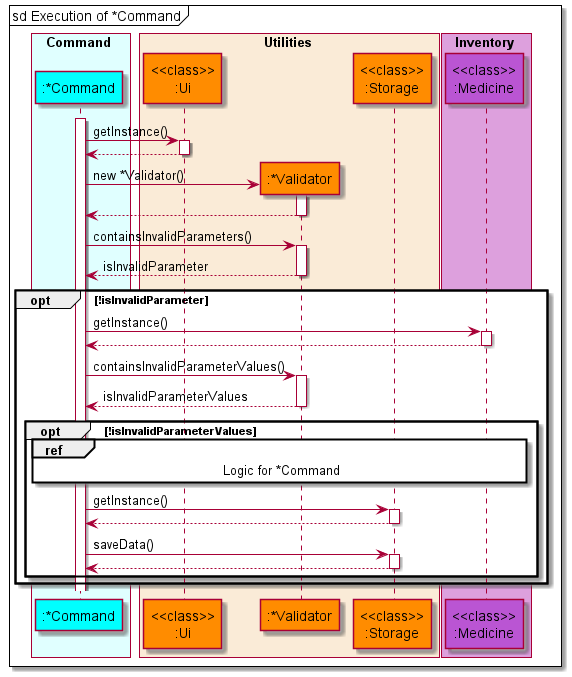
This is docs/diagrams/diagram_images/ContainValidParametersAndValuesSequenceDiagram.png from nus-cs2113-AY2122S1/tp, a PlantUML export, as it was before one commit.
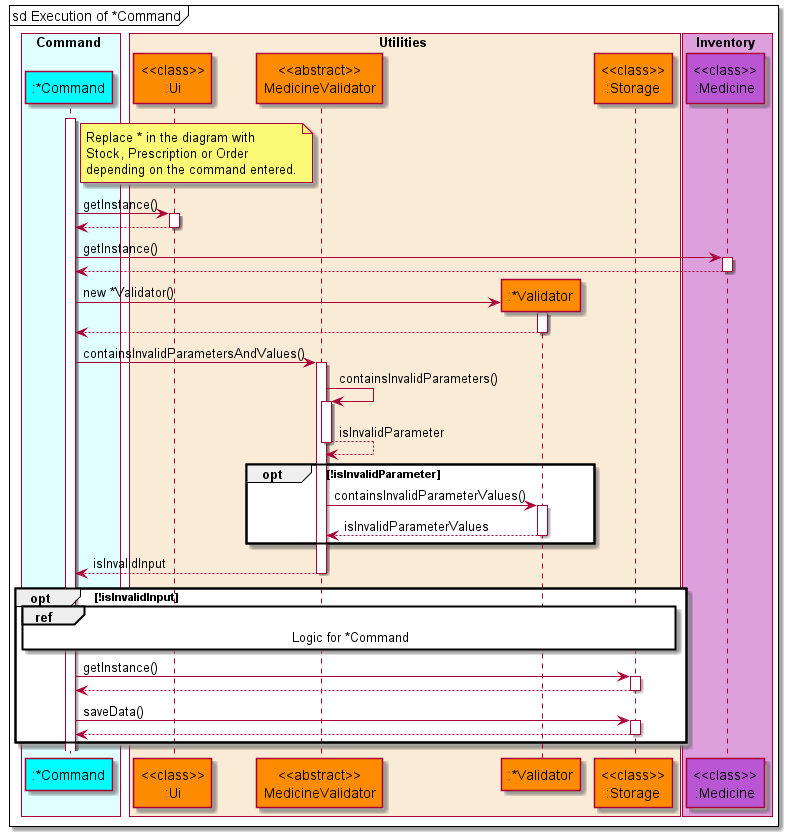
After the change.

Commit message:
Modify all sequence diagrams to match current code

The edit, as a diff of the source:
```diff
@@ -8,6 +8,7 @@
 
 box Utilities COLOR_UTILITIES_BOX
     participant "<<class>>\n:Ui" as ui COLOR_UTILITIES
+    participant "<<abstract>>\nMedicineValidator" as medicinevalidator COLOR_UTILITIES
     participant ":*Validator" as xvalidator COLOR_UTILITIES
     participant "<<class>>\n:Storage" as storage COLOR_UTILITIES
 end box
@@ -18,24 +19,29 @@
 
 autoactivate on
 mainFrame sd Execution of *Command
+note right of command
+Replace * in the diagram with
+Stock, Prescription or Order
+depending on the command entered.
+end note
 activate command
     command -> ui: getInstance()
     command <-- ui
+    command -> medicine: getInstance()
+    command <-- medicine
     create xvalidator
     command -> xvalidator: new *Validator()
     command <-- xvalidator
-
-    command -> xvalidator: containsInvalidParameters()
-    command <-- xvalidator: isInvalidParameter
-
-    opt !isInvalidParameter
-        command -> medicine: getInstance()
-        command <-- medicine
-        command -> xvalidator: containsInvalidParameterValues()
-        command <-- xvalidator: isInvalidParameterValues
-
-        opt !isInvalidParameterValues
-            ref over command, medicine
+    command -> medicinevalidator: containsInvalidParametersAndValues()
+        medicinevalidator -> medicinevalidator: containsInvalidParameters()
+        medicinevalidator --> medicinevalidator: isInvalidParameter
+        opt !isInvalidParameter
+            medicinevalidator -> xvalidator: containsInvalidParameterValues()
+            medicinevalidator <-- xvalidator: isInvalidParameterValues
+        end
+        command <-- medicinevalidator: isInvalidInput
+        opt !isInvalidInput
+            ref over command, storage
                 Logic for *Command
             end ref
             command -> storage: getInstance()
@@ -43,6 +49,6 @@
             command -> storage: saveData()
             command <-- storage
         end
-    end
+
 
 @enduml
```
